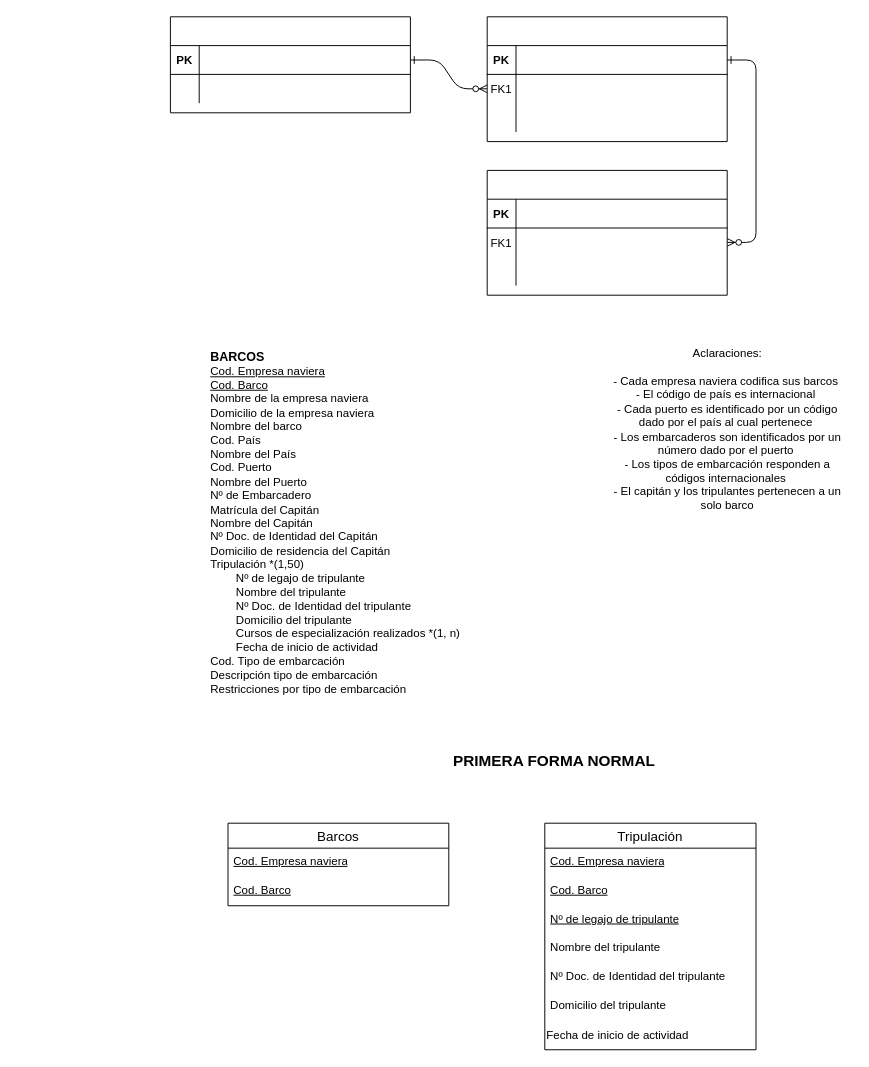
This is Diagrama-de-Entidad-de-Relaciones.drawio from Jose-AA/TP-Barcos-Dise-o-y-Administracion-de-bd-Grupo-11, a draw.io file, before an edit. Source tidied: cells renumbered, new cells numbered last; positions are measured from the earlier drawing's top-left corner, leaving out a move shared by most shapes. Both pictures are drawn from the tidied source at 96%, with x=0, y=0 at pixel (170, 16).
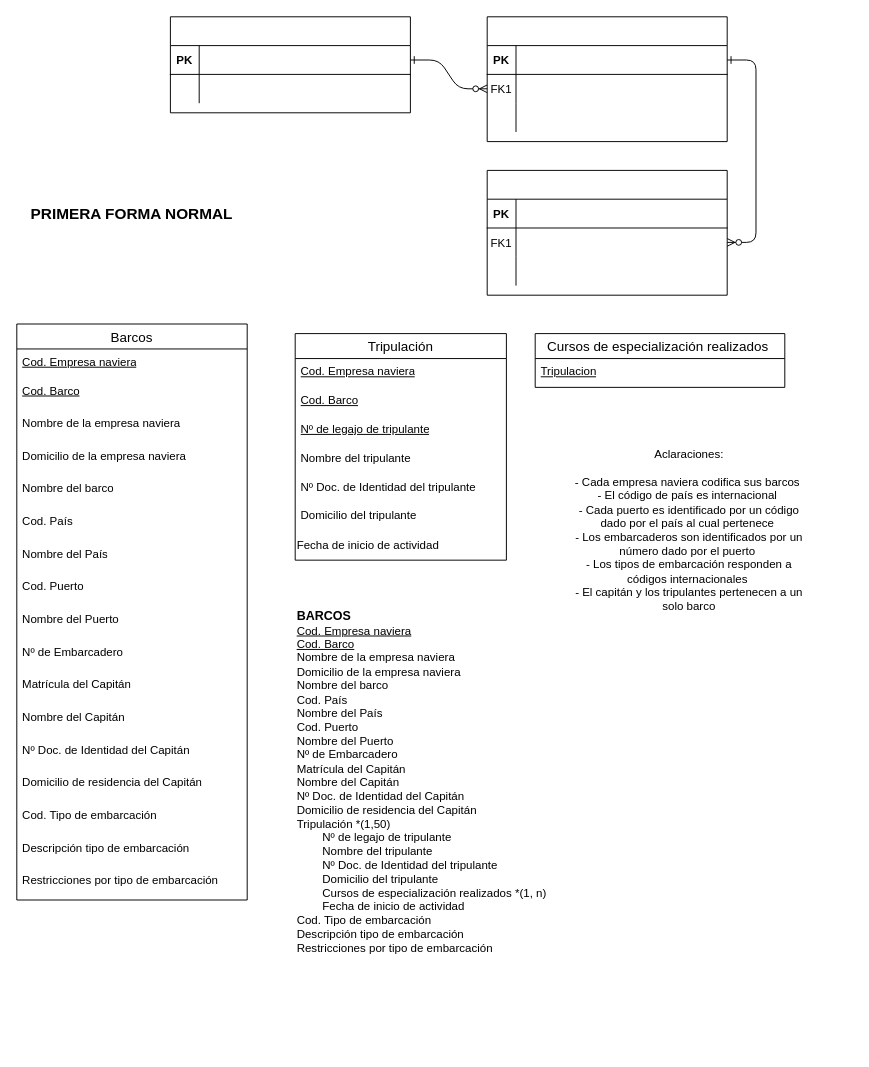
The same diagram, later.

Commit message:
Sumo las tres posibles tablas de la F1 Normalizacion

The edit, as a diff of the source:
```diff
@@
     <mxCell id="31" value="&lt;b&gt;&lt;font style=&quot;font-size: 13px;&quot;&gt;BARCOS&lt;/font&gt;&lt;/b&gt;&lt;br&gt;&lt;u&gt;Cod. Empresa naviera&lt;br&gt;Cod. Barco&lt;br&gt;&lt;/u&gt;Nombre de la empresa naviera&lt;br&gt;Domicilio de la empresa naviera&lt;br&gt;Nombre del barco&lt;br&gt;Cod. País&lt;br&gt;Nombre del País&lt;br&gt;Cod. Puerto&lt;br&gt;Nombre del Puerto&lt;br&gt;Nº de Embarcadero&lt;br&gt;Matrícula del Capitán&lt;br&gt;Nombre del Capitán&lt;br&gt;Nº Doc. de Identidad del Capitán&lt;br&gt;Domicilio de residencia del Capitán&lt;br&gt;Tripulación *(1,50)&lt;br&gt;&lt;span style=&quot;white-space: pre;&quot;&gt;&#9;&lt;/span&gt;Nº de legajo de tripulante&lt;br&gt;&lt;span style=&quot;white-space: pre;&quot;&gt;&#9;&lt;/span&gt;Nombre del tripulante&lt;br&gt;&lt;span style=&quot;white-space: pre;&quot;&gt;&#9;&lt;/span&gt;Nº Doc. de Identidad del tripulante&lt;br&gt;&lt;span style=&quot;white-space: pre;&quot;&gt;&#9;&lt;/span&gt;Domicilio del tripulante&lt;br&gt;&lt;span style=&quot;white-space: pre;&quot;&gt;&#9;&lt;/span&gt;Cursos de especialización realizados *(1, n)&lt;br&gt;&lt;span style=&quot;white-space: pre;&quot;&gt;&#9;&lt;/span&gt;Fecha de inicio de actividad&lt;br&gt;Cod. Tipo de embarcación&lt;br&gt;Descripción tipo de embarcación&lt;br&gt;Restricciones por tipo de embarcación" style="text;whiteSpace=wrap;html=1;" parent="1" vertex="1">
-      <mxGeometry x="40" y="340" width="300" height="380" as="geometry" />
+      <mxGeometry x="130" y="610" width="300" height="380" as="geometry" />
     </mxCell>
     <mxCell id="32" value="Aclaraciones:&lt;div&gt;&lt;br&gt;&lt;/div&gt;&lt;div&gt;- Cada empresa naviera codifica sus barcos&amp;nbsp;&lt;/div&gt;&lt;div&gt;- El código de país es internacional&amp;nbsp;&lt;/div&gt;&lt;div&gt;- Cada puerto es identificado por un código&lt;br/&gt;dado por el país al cual pertenece&amp;nbsp;&lt;/div&gt;&lt;div&gt;- Los embarcaderos son identificados por un&lt;br/&gt;número dado por el puerto&amp;nbsp;&lt;/div&gt;&lt;div&gt;- Los tipos de embarcación responden a&lt;br/&gt;códigos internacionales&amp;nbsp;&lt;/div&gt;&lt;div&gt;- El capitán y los tripulantes pertenecen a un&lt;br/&gt;solo barco&lt;br&gt;&lt;/div&gt;" style="text;html=1;align=center;verticalAlign=middle;strokeColor=none;fillColor=none;" parent="1" vertex="1">
-      <mxGeometry x="450" y="335" width="260" height="190" as="geometry" />
+      <mxGeometry x="410" y="440" width="260" height="190" as="geometry" />
     </mxCell>
-    <mxCell id="33" value="Barcos" style="swimlane;fontStyle=0;horizontal=1;startSize=26;align=center;fontSize=14;" parent="1" vertex="1">
-      <mxGeometry x="60" y="840" width="230" height="86" as="geometry" />
+    <mxCell id="33" value="Barcos" style="swimlane;fontStyle=0;horizontal=1;startSize=26;align=center;fontSize=14;swimlaneLine=1;" parent="1" vertex="1">
+      <mxGeometry x="-160" y="320" width="240" height="600" as="geometry" />
     </mxCell>
     <mxCell id="34" value="&lt;u&gt;Cod. Empresa naviera&lt;br&gt;&lt;/u&gt;" style="text;strokeColor=none;fillColor=none;spacingLeft=4;spacingRight=4;overflow=hidden;fontSize=12;whiteSpace=wrap;html=1;" parent="33" vertex="1">
-      <mxGeometry y="26" width="230" height="30" as="geometry" />
+      <mxGeometry y="26" width="240" height="30" as="geometry" />
     </mxCell>
     <mxCell id="35" value="&lt;u&gt;Cod. Barco&lt;br&gt;&lt;/u&gt;" style="text;strokeColor=none;fillColor=none;spacingLeft=4;spacingRight=4;overflow=hidden;fontSize=12;whiteSpace=wrap;html=1;" parent="33" vertex="1">
-      <mxGeometry y="56" width="230" height="30" as="geometry" />
+      <mxGeometry y="56" width="240" height="34" as="geometry" />
     </mxCell>
+    <mxCell id="45" value="Nombre de la empresa naviera&lt;u&gt;&lt;br&gt;&lt;/u&gt;" style="text;strokeColor=none;fillColor=none;spacingLeft=4;spacingRight=4;overflow=hidden;fontSize=12;whiteSpace=wrap;html=1;" parent="33" vertex="1">
+      <mxGeometry y="90" width="240" height="34" as="geometry" />
+    </mxCell>
+    <mxCell id="46" value="Domicilio de la empresa naviera&lt;u&gt;&lt;br&gt;&lt;/u&gt;" style="text;strokeColor=none;fillColor=none;spacingLeft=4;spacingRight=4;overflow=hidden;fontSize=12;whiteSpace=wrap;html=1;" parent="33" vertex="1">
+      <mxGeometry y="124" width="240" height="34" as="geometry" />
+    </mxCell>
+    <mxCell id="47" value="Nombre del barco" style="text;strokeColor=none;fillColor=none;spacingLeft=4;spacingRight=4;overflow=hidden;fontSize=12;whiteSpace=wrap;html=1;" parent="33" vertex="1">
+      <mxGeometry y="158" width="240" height="34" as="geometry" />
+    </mxCell>
+    <mxCell id="48" value="Cod. País&lt;u&gt;&lt;br&gt;&lt;/u&gt;" style="text;strokeColor=none;fillColor=none;spacingLeft=4;spacingRight=4;overflow=hidden;fontSize=12;whiteSpace=wrap;html=1;" parent="33" vertex="1">
+      <mxGeometry y="192" width="240" height="34" as="geometry" />
+    </mxCell>
+    <mxCell id="49" value="Nombre del País" style="text;strokeColor=none;fillColor=none;spacingLeft=4;spacingRight=4;overflow=hidden;fontSize=12;whiteSpace=wrap;html=1;" parent="33" vertex="1">
+      <mxGeometry y="226" width="240" height="34" as="geometry" />
+    </mxCell>
+    <mxCell id="50" value="Cod. Puerto" style="text;strokeColor=none;fillColor=none;spacingLeft=4;spacingRight=4;overflow=hidden;fontSize=12;whiteSpace=wrap;html=1;" parent="33" vertex="1">
+      <mxGeometry y="260" width="240" height="34" as="geometry" />
+    </mxCell>
+    <mxCell id="51" value="Nombre del Puerto" style="text;strokeColor=none;fillColor=none;spacingLeft=4;spacingRight=4;overflow=hidden;fontSize=12;whiteSpace=wrap;html=1;" parent="33" vertex="1">
+      <mxGeometry y="294" width="240" height="34" as="geometry" />
+    </mxCell>
+    <mxCell id="52" value="Nº de Embarcadero" style="text;strokeColor=none;fillColor=none;spacingLeft=4;spacingRight=4;overflow=hidden;fontSize=12;whiteSpace=wrap;html=1;" parent="33" vertex="1">
+      <mxGeometry y="328" width="240" height="34" as="geometry" />
+    </mxCell>
+    <mxCell id="53" value="&lt;div&gt;&lt;span style=&quot;font-size: 12px;&quot;&gt;Matrícula del Capitán&lt;/span&gt;&lt;/div&gt;&lt;div&gt;&lt;br&gt;&lt;/div&gt;" style="text;strokeColor=none;fillColor=none;spacingLeft=4;spacingRight=4;overflow=hidden;fontSize=12;whiteSpace=wrap;html=1;" parent="33" vertex="1">
+      <mxGeometry y="362" width="240" height="34" as="geometry" />
+    </mxCell>
+    <mxCell id="54" value="Nombre del Capitán" style="text;strokeColor=none;fillColor=none;spacingLeft=4;spacingRight=4;overflow=hidden;fontSize=12;whiteSpace=wrap;html=1;" parent="33" vertex="1">
+      <mxGeometry y="396" width="240" height="34" as="geometry" />
+    </mxCell>
+    <mxCell id="55" value="Nº Doc. de Identidad del Capitán" style="text;strokeColor=none;fillColor=none;spacingLeft=4;spacingRight=4;overflow=hidden;fontSize=12;whiteSpace=wrap;html=1;" parent="33" vertex="1">
+      <mxGeometry y="430" width="240" height="34" as="geometry" />
+    </mxCell>
+    <mxCell id="56" value="Domicilio de residencia del Capitán" style="text;strokeColor=none;fillColor=none;spacingLeft=4;spacingRight=4;overflow=hidden;fontSize=12;whiteSpace=wrap;html=1;" parent="33" vertex="1">
+      <mxGeometry y="464" width="240" height="34" as="geometry" />
+    </mxCell>
+    <mxCell id="57" value="Cod. Tipo de embarcación" style="text;strokeColor=none;fillColor=none;spacingLeft=4;spacingRight=4;overflow=hidden;fontSize=12;whiteSpace=wrap;html=1;" parent="33" vertex="1">
+      <mxGeometry y="498" width="240" height="34" as="geometry" />
+    </mxCell>
+    <mxCell id="58" value="Descripción tipo de embarcación" style="text;strokeColor=none;fillColor=none;spacingLeft=4;spacingRight=4;overflow=hidden;fontSize=12;whiteSpace=wrap;html=1;" parent="33" vertex="1">
+      <mxGeometry y="532" width="240" height="34" as="geometry" />
+    </mxCell>
+    <mxCell id="59" value="Restricciones por tipo de embarcación" style="text;strokeColor=none;fillColor=none;spacingLeft=4;spacingRight=4;overflow=hidden;fontSize=12;whiteSpace=wrap;html=1;" parent="33" vertex="1">
+      <mxGeometry y="566" width="240" height="34" as="geometry" />
+    </mxCell>
     <mxCell id="36" value="PRIMERA FORMA NORMAL" style="text;html=1;align=center;verticalAlign=middle;whiteSpace=wrap;rounded=0;fontStyle=1;fontSize=16;" parent="1" vertex="1">
-      <mxGeometry x="280" y="760" width="240" height="30" as="geometry" />
+      <mxGeometry x="-160" y="190" width="240" height="30" as="geometry" />
     </mxCell>
     <mxCell id="37" value="Tripulación" style="swimlane;fontStyle=0;horizontal=1;startSize=26;align=center;fontSize=14;" parent="1" vertex="1">
-      <mxGeometry x="390" y="840" width="220" height="236" as="geometry" />
+      <mxGeometry x="130" y="330" width="220" height="236" as="geometry" />
     </mxCell>
@@
+    <mxCell id="60" value="&#9;Cursos de especialización realizados " style="swimlane;fontStyle=0;horizontal=1;startSize=26;align=center;fontSize=14;" parent="1" vertex="1">
+      <mxGeometry x="380" y="330" width="260" height="56" as="geometry" />
+    </mxCell>
+    <mxCell id="61" value="&lt;u&gt;Tripulacion&lt;/u&gt;" style="text;strokeColor=none;fillColor=none;spacingLeft=4;spacingRight=4;overflow=hidden;fontSize=12;whiteSpace=wrap;html=1;" parent="60" vertex="1">
+      <mxGeometry y="26" width="260" height="30" as="geometry" />
+    </mxCell>
```
